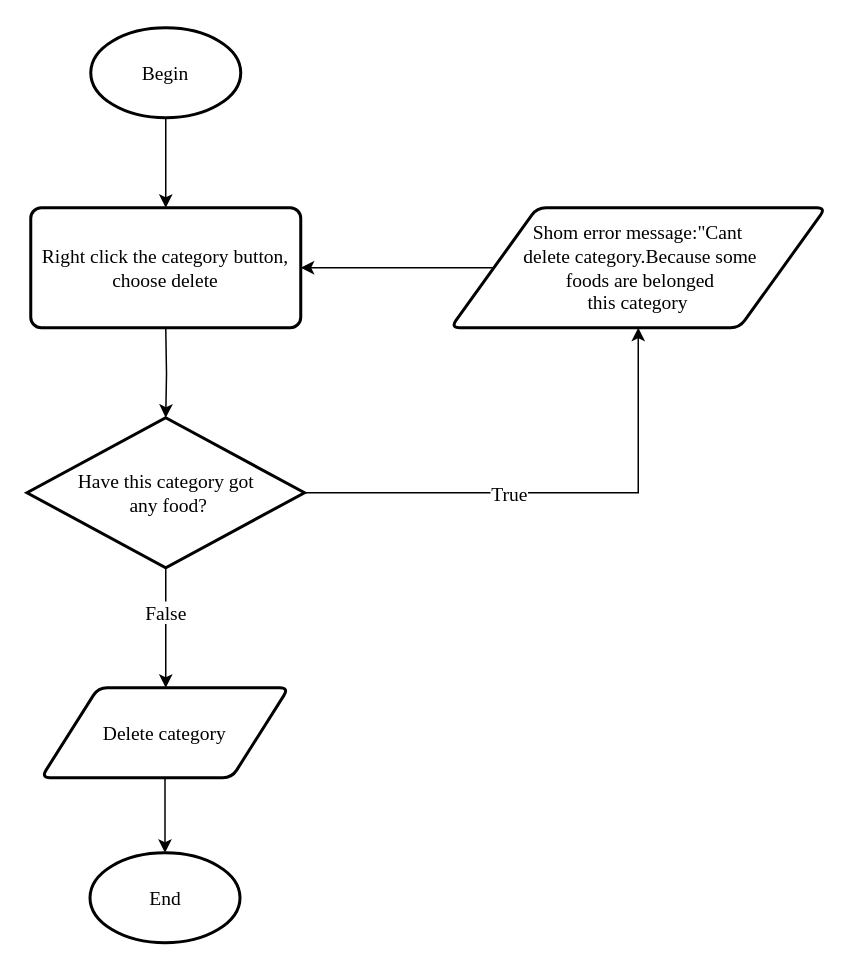
Earlier version of the draw.io diagram page "Delete Category" (3 of 5) of document/diagram/flowchart.drawio (daomtthuan/do-an). Source tidied: cells renumbered, new cells numbered last; positions are measured from the earlier drawing's top-left corner, leaving out a move shared by most shapes. Both pictures are drawn from the tidied source at 150%, with x=0, y=0 at pixel (27, 27).
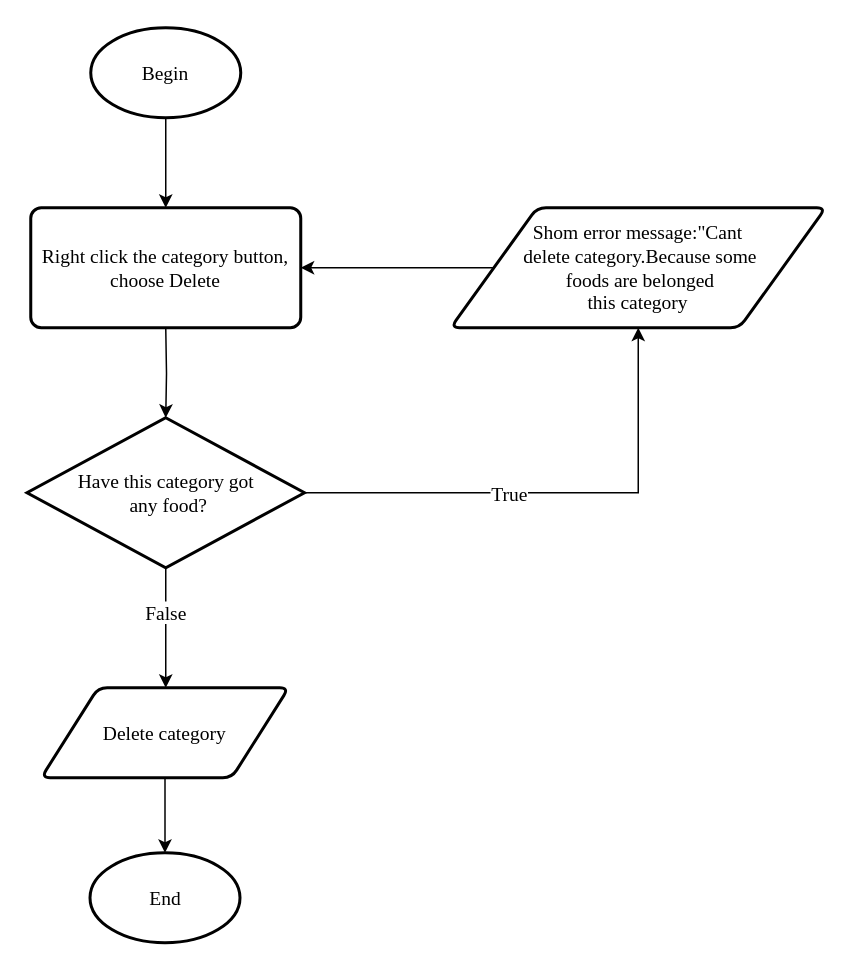
Above is the later version.

Change to the diagram source:
```diff
@@
 <mxGraphModel>
   <root>
     <mxCell id="0" />
     <mxCell id="1" parent="0" />
     <mxCell id="2" style="edgeStyle=orthogonalEdgeStyle;rounded=0;jettySize=auto;html=1;exitX=0.5;exitY=1;exitDx=0;exitDy=0;exitPerimeter=0;fontFamily=Times New Roman;fontSize=13;" parent="1" edge="1" source="3">
       <mxGeometry relative="1" as="geometry">
         <mxPoint x="92" y="120" as="targetPoint" />
       </mxGeometry>
     </mxCell>
     <mxCell id="3" value="Begin" style="strokeWidth=2;html=1;shape=mxgraph.flowchart.start_1;whiteSpace=wrap;fontFamily=Times New Roman;fontSize=13;" parent="1" vertex="1">
       <mxGeometry x="42" width="100" height="60" as="geometry" />
     </mxCell>
     <mxCell id="4" style="edgeStyle=orthogonalEdgeStyle;rounded=0;jettySize=auto;html=1;exitX=0.5;exitY=1;exitDx=0;exitDy=0;fontFamily=Times New Roman;fontSize=13;" parent="1" edge="1" target="14">
       <mxGeometry relative="1" as="geometry">
         <mxPoint x="92" y="200" as="sourcePoint" />
       </mxGeometry>
     </mxCell>
     <mxCell id="5" style="edgeStyle=orthogonalEdgeStyle;rounded=0;jettySize=auto;html=1;entryX=0.5;entryY=0;entryDx=0;entryDy=0;entryPerimeter=0;fontFamily=Times New Roman;fontSize=13;" parent="1" edge="1" source="6" target="9">
       <mxGeometry relative="1" as="geometry" />
     </mxCell>
     <mxCell id="6" value="Delete category" style="shape=parallelogram;html=1;strokeWidth=2;perimeter=parallelogramPerimeter;whiteSpace=wrap;rounded=1;arcSize=12;size=0.23;fontFamily=Times New Roman;fontSize=13;" parent="1" vertex="1">
       <mxGeometry x="9" y="440" width="165" height="60" as="geometry" />
     </mxCell>
     <mxCell id="7" style="edgeStyle=orthogonalEdgeStyle;rounded=0;jettySize=auto;html=1;exitX=0;exitY=0.5;exitDx=0;exitDy=0;entryX=1;entryY=0.5;entryDx=0;entryDy=0;fontFamily=Times New Roman;fontSize=13;" parent="1" edge="1" source="8" target="15">
       <mxGeometry relative="1" as="geometry" />
     </mxCell>
     <mxCell id="8" value="Shom error message:&quot;Cant&lt;br&gt;&amp;nbsp;delete category.Because some&lt;br&gt;&amp;nbsp;foods are belonged &lt;br&gt;this category" style="shape=parallelogram;html=1;strokeWidth=2;perimeter=parallelogramPerimeter;whiteSpace=wrap;rounded=1;arcSize=12;size=0.23;fontFamily=Times New Roman;fontSize=13;" parent="1" vertex="1">
       <mxGeometry x="282" y="120" width="250" height="80" as="geometry" />
     </mxCell>
     <mxCell id="9" value="End" style="strokeWidth=2;html=1;shape=mxgraph.flowchart.start_1;whiteSpace=wrap;fontFamily=Times New Roman;fontSize=13;" parent="1" vertex="1">
       <mxGeometry x="41.5" y="550" width="100" height="60" as="geometry" />
     </mxCell>
     <mxCell id="10" style="edgeStyle=orthogonalEdgeStyle;rounded=0;jettySize=auto;html=1;exitX=0.5;exitY=1;exitDx=0;exitDy=0;exitPerimeter=0;entryX=0.5;entryY=0;entryDx=0;entryDy=0;fontFamily=Times New Roman;fontSize=13;" parent="1" edge="1" source="14">
       <mxGeometry relative="1" as="geometry">
         <mxPoint x="92" y="440" as="targetPoint" />
       </mxGeometry>
     </mxCell>
     <mxCell id="11" value="False" style="text;html=1;align=center;verticalAlign=middle;labelBackgroundColor=#ffffff;fontSize=13;fontFamily=Times New Roman;" parent="10" vertex="1">
       <mxGeometry x="0.29" relative="1" as="geometry">
         <mxPoint x="-0.5" y="-22" as="offset" />
       </mxGeometry>
     </mxCell>
     <mxCell id="12" style="edgeStyle=orthogonalEdgeStyle;rounded=0;jettySize=auto;html=1;exitX=1;exitY=0.5;exitDx=0;exitDy=0;exitPerimeter=0;entryX=0.5;entryY=1;entryDx=0;entryDy=0;fontFamily=Times New Roman;fontSize=13;" parent="1" edge="1" source="14" target="8">
       <mxGeometry relative="1" as="geometry" />
     </mxCell>
     <mxCell id="13" value="True" style="text;html=1;align=center;verticalAlign=middle;labelBackgroundColor=#ffffff;fontSize=13;fontFamily=Times New Roman;" parent="12" vertex="1">
       <mxGeometry x="-0.18" relative="1" as="geometry" />
     </mxCell>
     <mxCell id="14" value="Have this category got&lt;br&gt;&amp;nbsp;any food?" style="strokeWidth=2;html=1;shape=mxgraph.flowchart.decision;whiteSpace=wrap;fontFamily=Times New Roman;fontSize=13;" parent="1" vertex="1">
       <mxGeometry x="-0.5" y="260" width="185" height="100" as="geometry" />
     </mxCell>
-    <mxCell id="15" value="Right click the category button, choose delete" style="rounded=1;whiteSpace=wrap;html=1;absoluteArcSize=1;arcSize=14;strokeWidth=2;fontFamily=Times New Roman;fontSize=13;" parent="1" vertex="1">
+    <mxCell id="15" value="Right click the category button, choose Delete" style="rounded=1;whiteSpace=wrap;html=1;absoluteArcSize=1;arcSize=14;strokeWidth=2;fontFamily=Times New Roman;fontSize=13;" parent="1" vertex="1">
       <mxGeometry x="2" y="120" width="180" height="80" as="geometry" />
     </mxCell>
   </root>
 </mxGraphModel>
```
